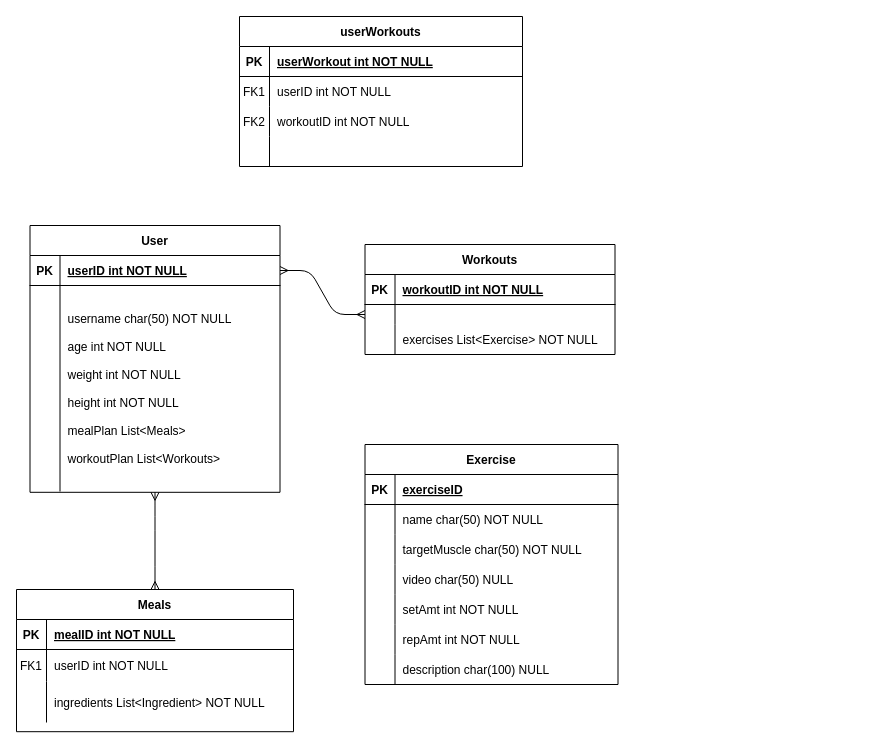
This is HomieGainz ER Diagram.drawio from Scipion2002/HomieGainz, a draw.io file, before an edit. Source tidied: cells renumbered, new cells numbered last; positions are measured from the earlier drawing's top-left corner, leaving out a move shared by most shapes. Both pictures are drawn from the tidied source at 100%, with x=0, y=0 at pixel (16, 16).
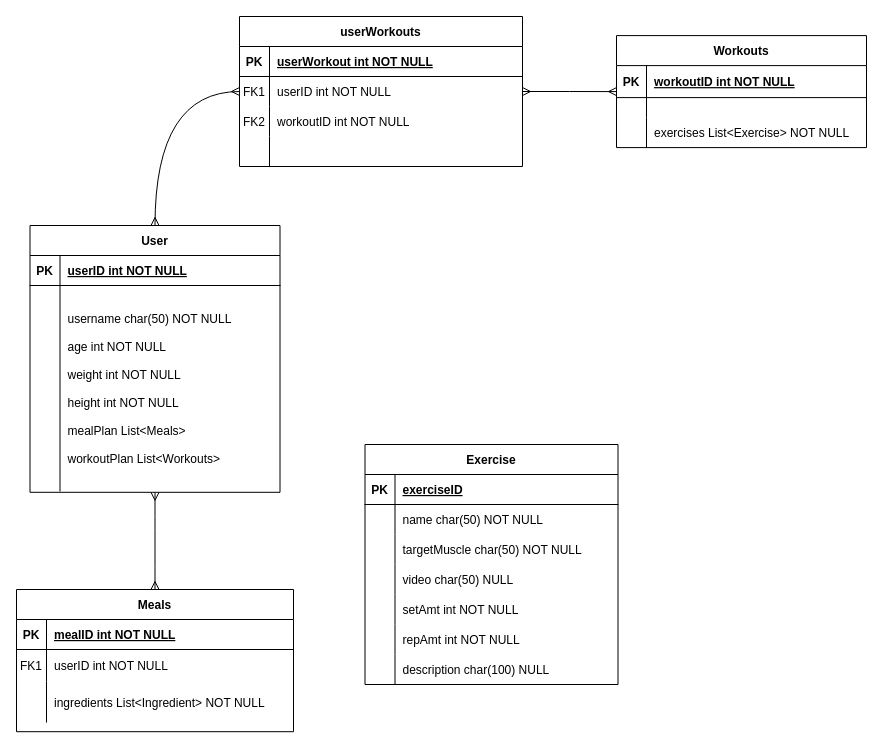
The same page after the edit.

Commit message:
conected userWorkouts

Unchanged cells that the change refers to:
```xml
<mxCell id="24" value="User" style="shape=table;startSize=30;childLayout=tableLayout;rowLines=0;fontStyle=1;align=center;" parent="1" vertex="1">
  <mxGeometry x="13.5" y="209" width="250" height="266.8" as="geometry" />
</mxCell>
<mxCell id="25" style="shape=partialRectangle;fillColor=none;points=[[0,0.5],[1,0.5]];portConstraint=eastwest;top=0;left=0;right=0;bottom=1;" parent="24" vertex="1">
  <mxGeometry y="30" width="250" height="30" as="geometry" />
</mxCell>
<mxCell id="57" style="shape=tableRow;horizontal=0;startSize=0;swimlaneHead=0;swimlaneBody=0;fillColor=none;points=[[0,0.5],[1,0.5]];portConstraint=eastwest;top=0;left=0;right=0;bottom=0;" parent="53" vertex="1">
  <mxGeometry y="60" width="283" height="30" as="geometry" />
</mxCell>
```

Diff of the diagram source:
```diff
@@
-    <mxCell id="2" style="edgeStyle=entityRelationEdgeStyle;endArrow=ERmany;startArrow=ERmany;endFill=0;startFill=0;" parent="1" edge="1" source="25" target="8">
+    <mxCell id="2" style="edgeStyle=orthogonalEdgeStyle;endArrow=ERmany;startArrow=ERmany;endFill=0;startFill=0;entryX=0;entryY=0.5;entryDx=0;entryDy=0;curved=1;exitX=0.5;exitY=0;exitDx=0;exitDy=0;" parent="1" edge="1" source="24" target="57">
       <mxGeometry relative="1" as="geometry" />
     </mxCell>
@@
     <mxCell id="4" value="Workouts" style="shape=table;startSize=30;childLayout=tableLayout;rowLines=0;fontStyle=1;align=center;" parent="1" vertex="1">
-      <mxGeometry x="348.5" y="228" width="250" height="110" as="geometry" />
+      <mxGeometry x="600" y="19.1" width="250" height="112" as="geometry" />
     </mxCell>
     <mxCell id="5" style="shape=partialRectangle;fillColor=none;top=0;left=0;right=0;bottom=1;" parent="4" vertex="1">
-      <mxGeometry y="30" width="250" height="30" as="geometry" />
+      <mxGeometry y="30" width="250" height="32" as="geometry" />
     </mxCell>
     <mxCell id="6" value="PK" style="shape=partialRectangle;overflow=hidden;fillColor=none;top=0;left=0;bottom=0;right=0;fontStyle=1;" parent="5" vertex="1">
-      <mxGeometry width="30" height="30" as="geometry" />
+      <mxGeometry width="30" height="32" as="geometry" />
     </mxCell>
     <mxCell id="7" value="workoutID int NOT NULL " style="shape=partialRectangle;overflow=hidden;fillColor=none;top=0;left=0;bottom=0;right=0;align=left;spacingLeft=6;fontStyle=5;" parent="5" vertex="1">
-      <mxGeometry x="30" width="220" height="30" as="geometry" />
+      <mxGeometry x="30" width="220" height="32" as="geometry" />
     </mxCell>
     <mxCell id="8" style="shape=partialRectangle;fillColor=none;points=[[0,0.5],[1,0.5]];portConstraint=eastwest;top=0;left=0;right=0;bottom=0;" parent="4" vertex="1">
-      <mxGeometry y="60" width="250" height="20" as="geometry" />
+      <mxGeometry y="62" width="250" height="20" as="geometry" />
     </mxCell>
@@
     <mxCell id="11" style="shape=partialRectangle;fillColor=none;top=0;left=0;right=0;bottom=0;" parent="4" vertex="1">
-      <mxGeometry y="80" width="250" height="30" as="geometry" />
+      <mxGeometry y="82" width="250" height="30" as="geometry" />
     </mxCell>
@@
+    <mxCell id="66" style="edgeStyle=orthogonalEdgeStyle;rounded=0;jettySize=auto;html=1;entryX=0;entryY=0.5;entryDx=0;entryDy=0;endArrow=ERmany;endFill=0;startArrow=ERmany;startFill=0;" parent="1" edge="1" source="57" target="4">
+      <mxGeometry relative="1" as="geometry" />
+    </mxCell>
```
